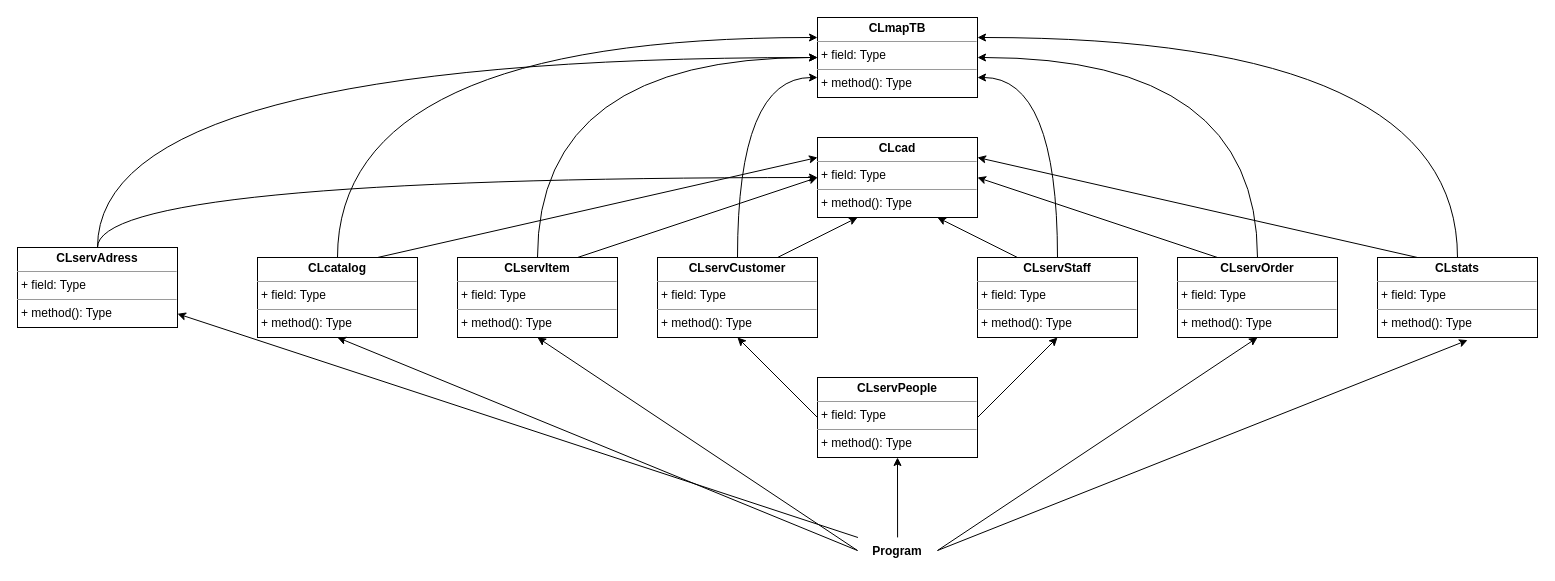
The draw.io diagram page "Page-2" (2 of 2) of Diagrammes/Diagrammes de classes.drawio in pierre1316/Projet-POO-CPP-CLI, before the edit. Source tidied: cells renumbered, new cells numbered last; positions are measured from the earlier drawing's top-left corner, leaving out a move shared by most shapes. Both pictures are drawn from the tidied source at 100%, with x=0, y=0 at pixel (17, 17).
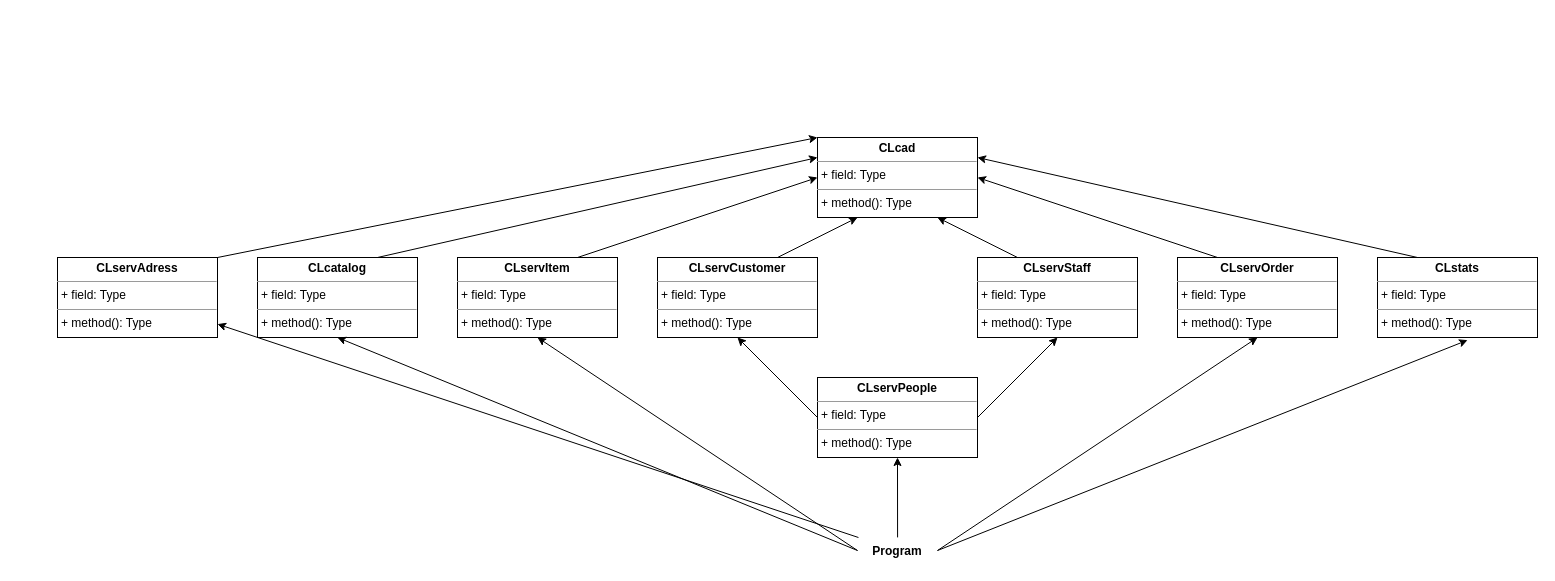
The same diagram, later.

The change refers to these unchanged cells:
```xml
<mxCell id="8" value="&lt;p style=&quot;margin:0px;margin-top:4px;text-align:center;&quot;&gt;&lt;b&gt;CLservItem&lt;/b&gt;&lt;/p&gt;&lt;hr size=&quot;1&quot;&gt;&lt;p style=&quot;margin:0px;margin-left:4px;&quot;&gt;+ field: Type&lt;/p&gt;&lt;hr size=&quot;1&quot;&gt;&lt;p style=&quot;margin:0px;margin-left:4px;&quot;&gt;+ method(): Type&lt;/p&gt;" style="verticalAlign=top;align=left;overflow=fill;fontSize=12;fontFamily=Helvetica;html=1;" parent="1" vertex="1">
  <mxGeometry x="440" y="240" width="160" height="80" as="geometry" />
</mxCell>
<mxCell id="11" value="&lt;p style=&quot;margin:0px;margin-top:4px;text-align:center;&quot;&gt;&lt;b&gt;CLservOrder&lt;/b&gt;&lt;/p&gt;&lt;hr size=&quot;1&quot;&gt;&lt;p style=&quot;margin:0px;margin-left:4px;&quot;&gt;+ field: Type&lt;/p&gt;&lt;hr size=&quot;1&quot;&gt;&lt;p style=&quot;margin:0px;margin-left:4px;&quot;&gt;+ method(): Type&lt;/p&gt;" style="verticalAlign=top;align=left;overflow=fill;fontSize=12;fontFamily=Helvetica;html=1;" parent="1" vertex="1">
  <mxGeometry x="1160" y="240" width="160" height="80" as="geometry" />
</mxCell>
<mxCell id="14" value="&lt;p style=&quot;margin:0px;margin-top:4px;text-align:center;&quot;&gt;&lt;b&gt;CLcad&lt;/b&gt;&lt;/p&gt;&lt;hr size=&quot;1&quot;&gt;&lt;p style=&quot;margin:0px;margin-left:4px;&quot;&gt;+ field: Type&lt;/p&gt;&lt;hr size=&quot;1&quot;&gt;&lt;p style=&quot;margin:0px;margin-left:4px;&quot;&gt;+ method(): Type&lt;/p&gt;" style="verticalAlign=top;align=left;overflow=fill;fontSize=12;fontFamily=Helvetica;html=1;" parent="1" vertex="1">
  <mxGeometry x="800" y="120" width="160" height="80" as="geometry" />
</mxCell>
<mxCell id="17" value="&lt;p style=&quot;margin:0px;margin-top:4px;text-align:center;&quot;&gt;&lt;b&gt;CLservCustomer&lt;/b&gt;&lt;/p&gt;&lt;hr size=&quot;1&quot;&gt;&lt;p style=&quot;margin:0px;margin-left:4px;&quot;&gt;+ field: Type&lt;/p&gt;&lt;hr size=&quot;1&quot;&gt;&lt;p style=&quot;margin:0px;margin-left:4px;&quot;&gt;+ method(): Type&lt;/p&gt;" style="verticalAlign=top;align=left;overflow=fill;fontSize=12;fontFamily=Helvetica;html=1;" parent="1" vertex="1">
  <mxGeometry x="640" y="240" width="160" height="80" as="geometry" />
</mxCell>
<mxCell id="20" value="&lt;p style=&quot;margin:0px;margin-top:4px;text-align:center;&quot;&gt;&lt;b&gt;CLservStaff&lt;/b&gt;&lt;/p&gt;&lt;hr size=&quot;1&quot;&gt;&lt;p style=&quot;margin:0px;margin-left:4px;&quot;&gt;+ field: Type&lt;/p&gt;&lt;hr size=&quot;1&quot;&gt;&lt;p style=&quot;margin:0px;margin-left:4px;&quot;&gt;+ method(): Type&lt;/p&gt;" style="verticalAlign=top;align=left;overflow=fill;fontSize=12;fontFamily=Helvetica;html=1;" parent="1" vertex="1">
  <mxGeometry x="960" y="240" width="160" height="80" as="geometry" />
</mxCell>
<mxCell id="23" value="&lt;p style=&quot;margin:0px;margin-top:4px;text-align:center;&quot;&gt;&lt;b&gt;CLstats&lt;/b&gt;&lt;/p&gt;&lt;hr size=&quot;1&quot;&gt;&lt;p style=&quot;margin:0px;margin-left:4px;&quot;&gt;+ field: Type&lt;/p&gt;&lt;hr size=&quot;1&quot;&gt;&lt;p style=&quot;margin:0px;margin-left:4px;&quot;&gt;+ method(): Type&lt;/p&gt;" style="verticalAlign=top;align=left;overflow=fill;fontSize=12;fontFamily=Helvetica;html=1;" parent="1" vertex="1">
  <mxGeometry x="1360" y="240" width="160" height="80" as="geometry" />
</mxCell>
<mxCell id="26" value="&lt;p style=&quot;margin:0px;margin-top:4px;text-align:center;&quot;&gt;&lt;b&gt;CLcatalog&lt;/b&gt;&lt;/p&gt;&lt;hr size=&quot;1&quot;&gt;&lt;p style=&quot;margin:0px;margin-left:4px;&quot;&gt;+ field: Type&lt;/p&gt;&lt;hr size=&quot;1&quot;&gt;&lt;p style=&quot;margin:0px;margin-left:4px;&quot;&gt;+ method(): Type&lt;/p&gt;" style="verticalAlign=top;align=left;overflow=fill;fontSize=12;fontFamily=Helvetica;html=1;" parent="1" vertex="1">
  <mxGeometry x="240" y="240" width="160" height="80" as="geometry" />
</mxCell>
```

Change to the diagram source:
```diff
@@
-    <mxCell id="6" style="edgeStyle=orthogonalEdgeStyle;rounded=0;jettySize=auto;html=1;exitX=0.5;exitY=0;exitDx=0;exitDy=0;entryX=0;entryY=0.5;entryDx=0;entryDy=0;startArrow=none;startFill=0;endArrow=classic;endFill=1;curved=1;" parent="1" edge="1" source="8" target="12">
-      <mxGeometry relative="1" as="geometry" />
-    </mxCell>
@@
-    <mxCell id="9" style="edgeStyle=orthogonalEdgeStyle;rounded=0;jettySize=auto;html=1;exitX=0.5;exitY=0;exitDx=0;exitDy=0;entryX=1;entryY=0.5;entryDx=0;entryDy=0;startArrow=none;startFill=0;endArrow=classic;endFill=1;curved=1;" parent="1" edge="1" source="11" target="12">
-      <mxGeometry relative="1" as="geometry" />
-    </mxCell>
@@
-    <mxCell id="12" value="&lt;p style=&quot;margin:0px;margin-top:4px;text-align:center;&quot;&gt;&lt;b&gt;CLmapTB&lt;/b&gt;&lt;/p&gt;&lt;hr size=&quot;1&quot;&gt;&lt;p style=&quot;margin:0px;margin-left:4px;&quot;&gt;+ field: Type&lt;/p&gt;&lt;hr size=&quot;1&quot;&gt;&lt;p style=&quot;margin:0px;margin-left:4px;&quot;&gt;+ method(): Type&lt;/p&gt;" style="verticalAlign=top;align=left;overflow=fill;fontSize=12;fontFamily=Helvetica;html=1;" parent="1" vertex="1">
-      <mxGeometry x="800" width="160" height="80" as="geometry" />
-    </mxCell>
@@
-    <mxCell id="15" style="edgeStyle=orthogonalEdgeStyle;rounded=0;jettySize=auto;html=1;exitX=0.5;exitY=0;exitDx=0;exitDy=0;entryX=0;entryY=0.75;entryDx=0;entryDy=0;startArrow=none;startFill=0;endArrow=classic;endFill=1;curved=1;" parent="1" edge="1" source="17" target="12">
-      <mxGeometry relative="1" as="geometry" />
-    </mxCell>
@@
-    <mxCell id="18" style="edgeStyle=orthogonalEdgeStyle;rounded=0;jettySize=auto;html=1;exitX=0.5;exitY=0;exitDx=0;exitDy=0;startArrow=none;startFill=0;endArrow=classic;endFill=1;entryX=1;entryY=0.75;entryDx=0;entryDy=0;curved=1;" parent="1" edge="1" source="20" target="12">
-      <mxGeometry relative="1" as="geometry" />
-    </mxCell>
@@
-    <mxCell id="21" style="edgeStyle=orthogonalEdgeStyle;rounded=0;jettySize=auto;html=1;exitX=0.5;exitY=0;exitDx=0;exitDy=0;entryX=1;entryY=0.25;entryDx=0;entryDy=0;startArrow=none;startFill=0;endArrow=classic;endFill=1;curved=1;" parent="1" edge="1" source="23" target="12">
-      <mxGeometry relative="1" as="geometry" />
-    </mxCell>
@@
-    <mxCell id="24" style="edgeStyle=orthogonalEdgeStyle;rounded=0;jettySize=auto;html=1;exitX=0.5;exitY=0;exitDx=0;exitDy=0;entryX=0;entryY=0.25;entryDx=0;entryDy=0;startArrow=none;startFill=0;endArrow=classic;endFill=1;curved=1;" parent="1" edge="1" source="26" target="12">
-      <mxGeometry relative="1" as="geometry" />
-    </mxCell>
@@
-    <mxCell id="33" style="edgeStyle=orthogonalEdgeStyle;rounded=0;jettySize=auto;html=1;curved=1;" parent="1" edge="1" source="35" target="14">
-      <mxGeometry relative="1" as="geometry">
-        <Array as="points">
-          <mxPoint x="80" y="160" />
-        </Array>
-      </mxGeometry>
+    <mxCell id="33" style="rounded=0;jettySize=auto;html=1;exitX=1;exitY=0;exitDx=0;exitDy=0;entryX=0;entryY=0;entryDx=0;entryDy=0;" parent="1" edge="1" source="35" target="14">
+      <mxGeometry relative="1" as="geometry" />
     </mxCell>
-    <mxCell id="34" style="edgeStyle=orthogonalEdgeStyle;rounded=0;jettySize=auto;html=1;curved=1;" parent="1" edge="1" source="35" target="12">
-      <mxGeometry relative="1" as="geometry">
-        <Array as="points">
-          <mxPoint x="80" y="40" />
-        </Array>
-      </mxGeometry>
-    </mxCell>
     <mxCell id="35" value="&lt;p style=&quot;margin:0px;margin-top:4px;text-align:center;&quot;&gt;&lt;b&gt;CLservAdress&lt;/b&gt;&lt;/p&gt;&lt;hr size=&quot;1&quot;&gt;&lt;p style=&quot;margin:0px;margin-left:4px;&quot;&gt;+ field: Type&lt;/p&gt;&lt;hr size=&quot;1&quot;&gt;&lt;p style=&quot;margin:0px;margin-left:4px;&quot;&gt;+ method(): Type&lt;/p&gt;" style="verticalAlign=top;align=left;overflow=fill;fontSize=12;fontFamily=Helvetica;html=1;" parent="1" vertex="1">
-      <mxGeometry y="230" width="160" height="80" as="geometry" />
+      <mxGeometry x="40" y="240" width="160" height="80" as="geometry" />
     </mxCell>
```
